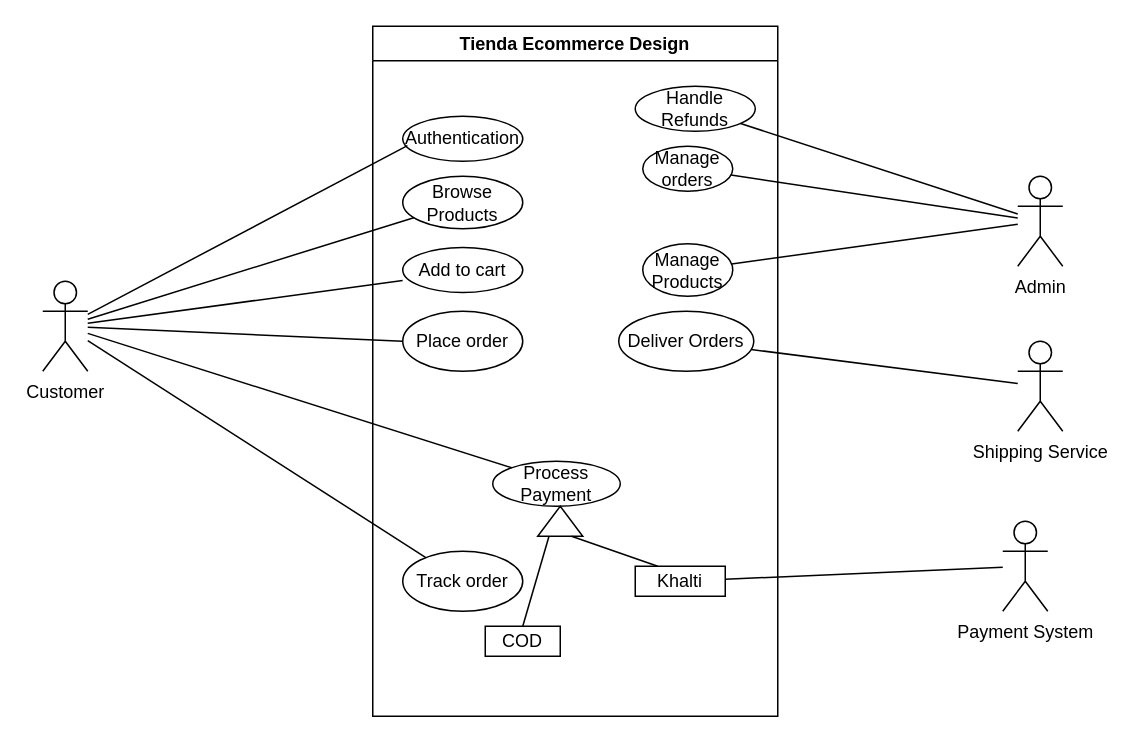
Before: Ecommerce.drawio in aviralale/tienda-bonita, a draw.io diagram. Source tidied: cells renumbered, new cells numbered last; positions are measured from the earlier drawing's top-left corner, leaving out a move shared by most shapes. Both pictures are drawn from the tidied source at 150%, with x=0, y=0 at pixel (42, 26).
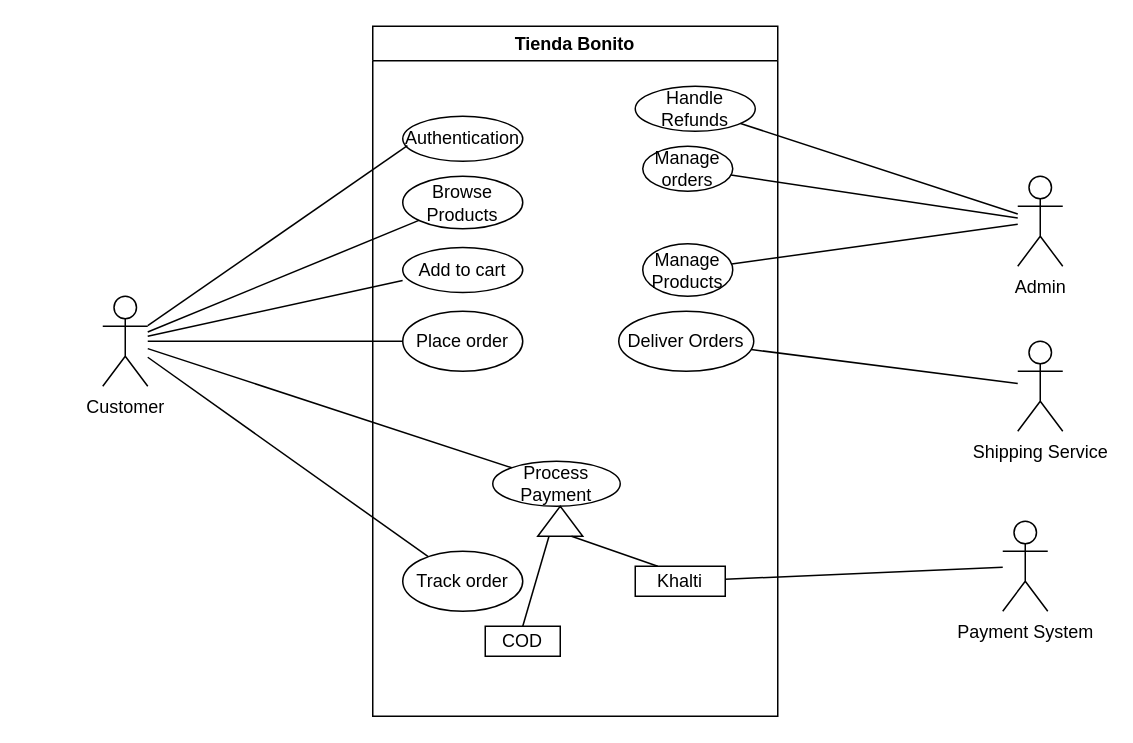
Above is the later version.

Change to the diagram source:
```diff
@@
-<mxGraphModel>
+<mxGraphModel background="#ffffff">
@@
-    <mxCell id="2" value="&lt;div&gt;Tienda Ecommerce Design&lt;/div&gt;" style="swimlane;whiteSpace=wrap;html=1;" parent="1" vertex="1">
+    <mxCell id="2" value="&lt;div&gt;Tienda Bonito&lt;/div&gt;" style="swimlane;whiteSpace=wrap;html=1;startSize=23;" parent="1" vertex="1">
       <mxGeometry x="220" width="270" height="460" as="geometry" />
     </mxCell>
@@
     <mxCell id="17" value="&lt;div&gt;Customer&lt;/div&gt;&lt;div&gt;&lt;br&gt;&lt;/div&gt;" style="shape=umlActor;verticalLabelPosition=bottom;verticalAlign=top;html=1;outlineConnect=0;" parent="1" vertex="1">
-      <mxGeometry y="170" width="30" height="60" as="geometry" />
+      <mxGeometry x="40" y="180" width="30" height="60" as="geometry" />
     </mxCell>
```
